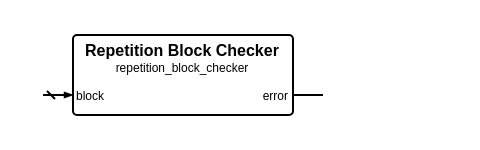
Louis-DR/OmniCores-BuildingBlocks keeps this draw.io diagram as sources/error_control/repetition/repetition_block_checker.symbol.drawio. Above is the earlier version. Source tidied: cells renumbered, new cells numbered last; positions are measured from the earlier drawing's top-left corner, leaving out a move shared by most shapes. Both pictures are drawn from the tidied source at 200%, with x=0, y=0 at pixel (42, 34).
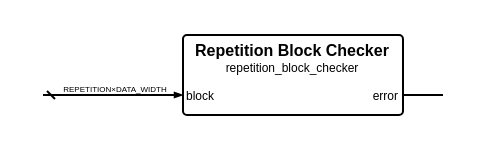
After the change.

Change to the diagram source:
```diff
@@
 <mxGraphModel>
   <root>
     <mxCell id="0" />
     <mxCell id="1" parent="0" />
     <mxCell id="2" style="group;" parent="1" vertex="1">
-      <mxGeometry width="140" height="40" as="geometry" />
+      <mxGeometry width="200" height="40" as="geometry" />
     </mxCell>
     <mxCell id="3" style="rounded=1;arcSize=5;fillColor=none;strokeWidth=1;strokeColor=black;whiteSpace=wrap;html=1;" parent="2" vertex="1">
-      <mxGeometry x="15" width="110" height="40" as="geometry" />
+      <mxGeometry x="70" width="110" height="40" as="geometry" />
     </mxCell>
     <mxCell id="4" value="Repetition Block Checker" style="text;html=1;align=center;verticalAlign=middle;whiteSpace=wrap;rounded=0;fontSize=8;fontStyle=1;fontColor=black;" parent="2" vertex="1">
-      <mxGeometry x="15" y="7" width="110" as="geometry" />
+      <mxGeometry x="70" y="7" width="110" as="geometry" />
     </mxCell>
     <mxCell id="5" value="repetition_block_checker" style="text;html=1;align=center;verticalAlign=middle;whiteSpace=wrap;rounded=0;fontSize=6;fontStyle=0;fontColor=black;" parent="2" vertex="1">
-      <mxGeometry x="15" y="16" width="110" as="geometry" />
+      <mxGeometry x="70" y="16" width="110" as="geometry" />
     </mxCell>
     <mxCell id="6" value="block" style="text;html=1;align=left;verticalAlign=middle;whiteSpace=wrap;rounded=0;fontSize=6;fontStyle=0;fontColor=black;" parent="2" vertex="1">
-      <mxGeometry x="15" y="30" width="110" as="geometry" />
+      <mxGeometry x="70" y="30" width="110" as="geometry" />
     </mxCell>
     <mxCell id="7" style="html=1;rounded=1;strokeWidth=1;strokeColor=black;startFill=0;startSize=2;startArrow=dash;endFill=1;endSize=2;endArrow=blockThin;sourcePerimeterSpacing=0;" parent="2" edge="1">
       <mxGeometry relative="1" as="geometry">
         <mxPoint y="30" as="sourcePoint" />
-        <mxPoint x="15" y="30" as="targetPoint" />
+        <mxPoint x="70" y="30" as="targetPoint" />
       </mxGeometry>
     </mxCell>
+    <mxCell id="10" value="REPETITION×DATA_WIDTH" style="text;html=1;align=center;verticalAlign=middle;whiteSpace=nowrap;rounded=0;fontSize=4;fontStyle=0;fontColor=black;" parent="2" vertex="1">
+      <mxGeometry x="35" y="27" as="geometry" />
+    </mxCell>
     <mxCell id="8" value="error" style="text;html=1;align=right;verticalAlign=middle;whiteSpace=wrap;rounded=0;fontSize=6;fontStyle=0;fontColor=black;" parent="2" vertex="1">
-      <mxGeometry x="15" y="30" width="110" as="geometry" />
+      <mxGeometry x="70" y="30" width="110" as="geometry" />
     </mxCell>
     <mxCell id="9" style="html=1;rounded=1;strokeWidth=1;strokeColor=black;startFill=0;startSize=2;startArrow=none;endFill=1;endSize=2;endArrow=none;sourcePerimeterSpacing=0;" parent="2" edge="1">
       <mxGeometry relative="1" as="geometry">
-        <mxPoint x="140" y="30" as="sourcePoint" />
-        <mxPoint x="125" y="30" as="targetPoint" />
+        <mxPoint x="200" y="30" as="sourcePoint" />
+        <mxPoint x="180" y="30" as="targetPoint" />
       </mxGeometry>
     </mxCell>
   </root>
 </mxGraphModel>
```
